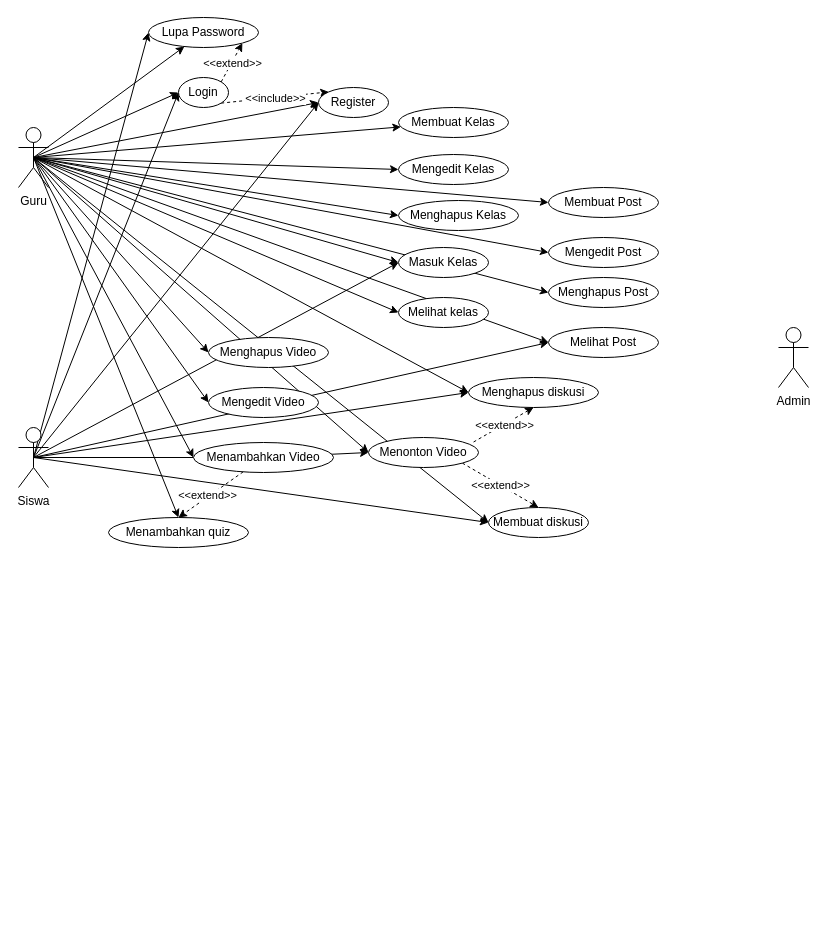
Before: page "Use Case Diagram" (1 of 5) of Use Case - Skripsi.drawio in wicahma/Database-Design, a draw.io diagram. Source tidied: cells renumbered, new cells numbered last; positions are measured from the earlier drawing's top-left corner, leaving out a move shared by most shapes. Both pictures are drawn from the tidied source at 100%, with x=0, y=0 at pixel (18, 17).
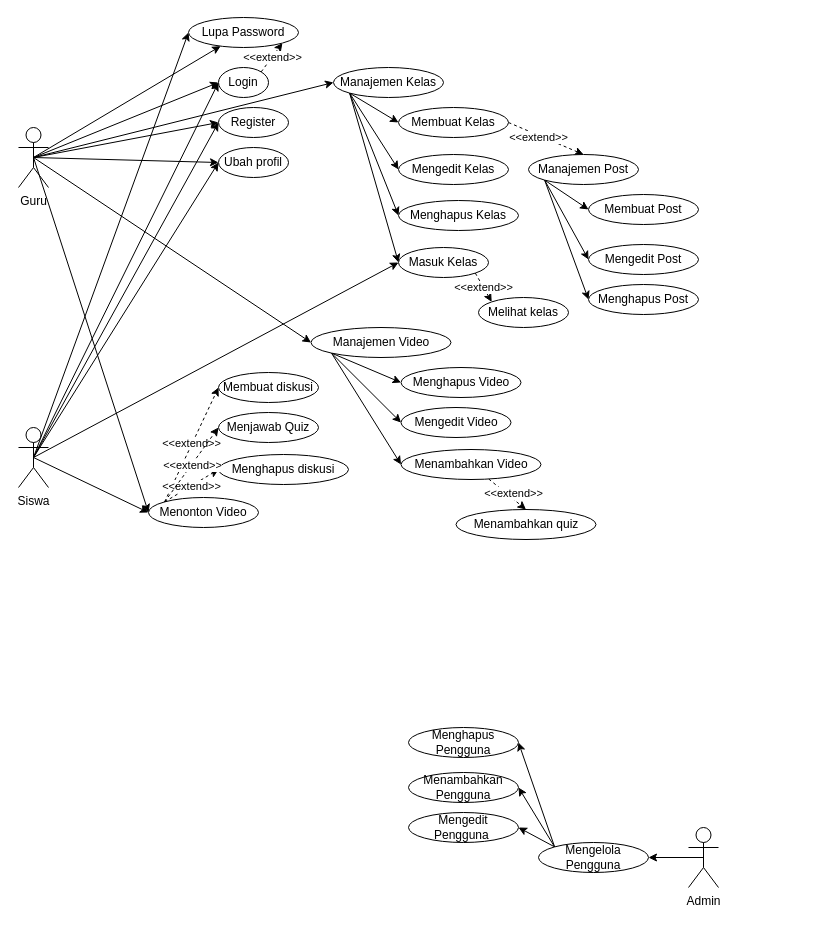
After the change.

Unchanged cells that the change refers to:
```xml
<mxCell id="31" value="Guru" style="shape=umlActor;verticalLabelPosition=bottom;verticalAlign=top;html=1;outlineConnect=0;" parent="1" vertex="1">
  <mxGeometry y="110" width="30" height="60" as="geometry" />
</mxCell>
<mxCell id="35" value="Siswa" style="shape=umlActor;verticalLabelPosition=bottom;verticalAlign=top;html=1;outlineConnect=0;" parent="1" vertex="1">
  <mxGeometry y="410" width="30" height="60" as="geometry" />
</mxCell>
<mxCell id="47" value="Membuat Kelas" style="ellipse;whiteSpace=wrap;html=1;fillColor=default;" parent="1" vertex="1">
  <mxGeometry x="380" y="90" width="110" height="30" as="geometry" />
</mxCell>
<mxCell id="48" value="Mengedit Kelas" style="ellipse;whiteSpace=wrap;html=1;fillColor=default;" parent="1" vertex="1">
  <mxGeometry x="380" y="137" width="110" height="30" as="geometry" />
</mxCell>
<mxCell id="49" value="Menghapus Kelas" style="ellipse;whiteSpace=wrap;html=1;fillColor=default;" parent="1" vertex="1">
  <mxGeometry x="380" y="183" width="120" height="30" as="geometry" />
</mxCell>
<mxCell id="50" value="Masuk Kelas" style="ellipse;whiteSpace=wrap;html=1;fillColor=default;" parent="1" vertex="1">
  <mxGeometry x="380" y="230" width="90" height="30" as="geometry" />
</mxCell>
```

What changed in the source:
```diff
@@
-    <mxCell id="5" style="rounded=0;jettySize=auto;html=1;exitX=0.5;exitY=0.5;exitDx=0;exitDy=0;exitPerimeter=0;entryX=0;entryY=0.5;entryDx=0;entryDy=0;" parent="1" edge="1" source="31" target="43">
+    <mxCell id="5" style="rounded=0;jettySize=auto;html=1;exitX=0;exitY=1;exitDx=0;exitDy=0;entryX=0;entryY=0.5;entryDx=0;entryDy=0;" parent="1" edge="1" source="74" target="43">
       <mxGeometry relative="1" as="geometry" />
     </mxCell>
-    <mxCell id="6" style="rounded=0;jettySize=auto;html=1;exitX=0.5;exitY=0.5;exitDx=0;exitDy=0;exitPerimeter=0;entryX=0;entryY=0.5;entryDx=0;entryDy=0;" parent="1" edge="1" source="31" target="42">
+    <mxCell id="6" style="rounded=0;jettySize=auto;html=1;exitX=0;exitY=1;exitDx=0;exitDy=0;entryX=0;entryY=0.5;entryDx=0;entryDy=0;" parent="1" edge="1" source="74" target="42">
       <mxGeometry relative="1" as="geometry" />
     </mxCell>
-    <mxCell id="7" style="rounded=0;jettySize=auto;html=1;exitX=0.5;exitY=0.5;exitDx=0;exitDy=0;exitPerimeter=0;entryX=0;entryY=0.5;entryDx=0;entryDy=0;" parent="1" edge="1" source="31" target="60">
+    <mxCell id="7" style="rounded=0;jettySize=auto;html=1;exitX=0;exitY=1;exitDx=0;exitDy=0;entryX=0;entryY=0.5;entryDx=0;entryDy=0;" parent="1" edge="1" source="74" target="60">
       <mxGeometry relative="1" as="geometry" />
     </mxCell>
@@
-    <mxCell id="9" style="rounded=0;jettySize=auto;html=1;exitX=0.5;exitY=0.5;exitDx=0;exitDy=0;exitPerimeter=0;" parent="1" edge="1" source="31" target="47">
+    <mxCell id="9" style="rounded=0;jettySize=auto;html=1;exitX=0;exitY=1;exitDx=0;exitDy=0;entryX=0;entryY=0.5;entryDx=0;entryDy=0;" parent="1" edge="1" source="77" target="47">
       <mxGeometry relative="1" as="geometry" />
     </mxCell>
-    <mxCell id="10" style="rounded=0;jettySize=auto;html=1;exitX=0.5;exitY=0.5;exitDx=0;exitDy=0;exitPerimeter=0;entryX=0;entryY=0.5;entryDx=0;entryDy=0;" parent="1" edge="1" source="31" target="48">
+    <mxCell id="10" style="rounded=0;jettySize=auto;html=1;exitX=0;exitY=1;exitDx=0;exitDy=0;entryX=0;entryY=0.5;entryDx=0;entryDy=0;" parent="1" edge="1" source="77" target="48">
       <mxGeometry relative="1" as="geometry" />
     </mxCell>
-    <mxCell id="11" style="rounded=0;jettySize=auto;html=1;exitX=0.5;exitY=0.5;exitDx=0;exitDy=0;exitPerimeter=0;entryX=0;entryY=0.5;entryDx=0;entryDy=0;" parent="1" edge="1" source="31" target="49">
+    <mxCell id="11" style="rounded=0;jettySize=auto;html=1;exitX=0;exitY=1;exitDx=0;exitDy=0;entryX=0;entryY=0.5;entryDx=0;entryDy=0;" parent="1" edge="1" source="77" target="49">
       <mxGeometry relative="1" as="geometry" />
     </mxCell>
-    <mxCell id="12" style="rounded=0;jettySize=auto;html=1;exitX=0.5;exitY=0.5;exitDx=0;exitDy=0;exitPerimeter=0;entryX=0;entryY=0.5;entryDx=0;entryDy=0;" parent="1" edge="1" source="31" target="50">
+    <mxCell id="12" style="rounded=0;jettySize=auto;html=1;exitX=0;exitY=1;exitDx=0;exitDy=0;entryX=0;entryY=0.5;entryDx=0;entryDy=0;" parent="1" edge="1" source="77" target="50">
       <mxGeometry relative="1" as="geometry" />
     </mxCell>
@@
-    <mxCell id="16" style="rounded=0;jettySize=auto;html=1;exitX=0.5;exitY=0.5;exitDx=0;exitDy=0;exitPerimeter=0;entryX=0;entryY=0.5;entryDx=0;entryDy=0;startArrow=none;" parent="1" edge="1" source="60" target="41">
-      <mxGeometry relative="1" as="geometry" />
-    </mxCell>
@@
-    <mxCell id="18" style="rounded=0;jettySize=auto;html=1;exitX=1;exitY=1;exitDx=0;exitDy=0;entryX=0;entryY=0;entryDx=0;entryDy=0;dashed=1;" parent="1" edge="1" source="22" target="37">
-      <mxGeometry relative="1" as="geometry" />
-    </mxCell>
-    <mxCell id="19" value="&amp;lt;&amp;lt;include&amp;gt;&amp;gt;" style="edgeLabel;html=1;align=center;verticalAlign=middle;" parent="18" vertex="1">
-      <mxGeometry relative="1" as="geometry" />
-    </mxCell>
@@
     <mxCell id="22" value="Login" style="ellipse;whiteSpace=wrap;html=1;" parent="1" vertex="1">
-      <mxGeometry x="160" y="60" width="50" height="30" as="geometry" />
+      <mxGeometry x="200" y="50" width="50" height="30" as="geometry" />
     </mxCell>
-    <mxCell id="23" style="edgeStyle=none;html=1;exitX=0.5;exitY=0.5;exitDx=0;exitDy=0;exitPerimeter=0;entryX=0;entryY=0.5;entryDx=0;entryDy=0;" parent="1" edge="1" source="31" target="52">
+    <mxCell id="23" style="edgeStyle=none;html=1;exitX=1;exitY=1;exitDx=0;exitDy=0;entryX=0;entryY=0;entryDx=0;entryDy=0;dashed=1;" parent="1" edge="1" source="50" target="52">
       <mxGeometry relative="1" as="geometry" />
     </mxCell>
+    <mxCell id="62" value="&amp;lt;&amp;lt;extend&amp;gt;&amp;gt;" style="edgeLabel;html=1;align=center;verticalAlign=middle;" parent="23" vertex="1">
+      <mxGeometry x="-0.06" y="1" relative="1" as="geometry">
+        <mxPoint x="-1" as="offset" />
+      </mxGeometry>
+    </mxCell>
-    <mxCell id="24" style="edgeStyle=none;html=1;exitX=0.5;exitY=0.5;exitDx=0;exitDy=0;exitPerimeter=0;entryX=0;entryY=0.5;entryDx=0;entryDy=0;" parent="1" edge="1" source="31" target="54">
+    <mxCell id="24" style="edgeStyle=none;html=1;exitX=0;exitY=1;exitDx=0;exitDy=0;entryX=0;entryY=0.5;entryDx=0;entryDy=0;" parent="1" edge="1" source="75" target="54">
       <mxGeometry relative="1" as="geometry" />
     </mxCell>
-    <mxCell id="25" style="edgeStyle=none;html=1;exitX=0.5;exitY=0.5;exitDx=0;exitDy=0;exitPerimeter=0;entryX=0;entryY=0.5;entryDx=0;entryDy=0;" parent="1" edge="1" source="31" target="55">
+    <mxCell id="25" style="edgeStyle=none;html=1;exitX=0;exitY=1;exitDx=0;exitDy=0;entryX=0;entryY=0.5;entryDx=0;entryDy=0;" parent="1" edge="1" source="75" target="55">
       <mxGeometry relative="1" as="geometry" />
     </mxCell>
-    <mxCell id="26" style="edgeStyle=none;html=1;exitX=0.5;exitY=0.5;exitDx=0;exitDy=0;exitPerimeter=0;entryX=0;entryY=0.5;entryDx=0;entryDy=0;" parent="1" edge="1" source="31" target="56">
-      <mxGeometry relative="1" as="geometry" />
-    </mxCell>
-    <mxCell id="27" style="edgeStyle=none;html=1;exitX=0.5;exitY=0.5;exitDx=0;exitDy=0;exitPerimeter=0;entryX=0;entryY=0.5;entryDx=0;entryDy=0;" parent="1" edge="1" source="31" target="46">
-      <mxGeometry relative="1" as="geometry" />
-    </mxCell>
-    <mxCell id="28" style="edgeStyle=none;html=1;exitX=0.5;exitY=0.5;exitDx=0;exitDy=0;exitPerimeter=0;entryX=0.5;entryY=0;entryDx=0;entryDy=0;" parent="1" edge="1" source="31" target="51">
-      <mxGeometry relative="1" as="geometry" />
-    </mxCell>
-    <mxCell id="29" style="edgeStyle=none;html=1;exitX=0.5;exitY=0.5;exitDx=0;exitDy=0;exitPerimeter=0;entryX=0;entryY=0.5;entryDx=0;entryDy=0;" parent="1" edge="1" source="31" target="53">
+    <mxCell id="29" style="edgeStyle=none;html=1;exitX=0;exitY=1;exitDx=0;exitDy=0;entryX=0;entryY=0.5;entryDx=0;entryDy=0;" parent="1" edge="1" source="75" target="53">
       <mxGeometry relative="1" as="geometry" />
     </mxCell>
-    <mxCell id="30" style="edgeStyle=none;html=1;exitX=0.5;exitY=0.5;exitDx=0;exitDy=0;exitPerimeter=0;entryX=0;entryY=0.5;entryDx=0;entryDy=0;" parent="1" edge="1" source="31" target="61">
-      <mxGeometry relative="1" as="geometry" />
-    </mxCell>
+    <mxCell id="63" style="rounded=0;jettySize=auto;html=1;exitX=0.5;exitY=0.5;exitDx=0;exitDy=0;exitPerimeter=0;entryX=0;entryY=0.5;entryDx=0;entryDy=0;" parent="1" edge="1" source="31" target="74">
+      <mxGeometry relative="1" as="geometry" />
+    </mxCell>
+    <mxCell id="64" style="rounded=0;jettySize=auto;html=1;exitX=0.5;exitY=0.5;exitDx=0;exitDy=0;exitPerimeter=0;entryX=0;entryY=0.5;entryDx=0;entryDy=0;" parent="1" edge="1" source="31" target="84">
+      <mxGeometry relative="1" as="geometry" />
+    </mxCell>
@@
-    <mxCell id="32" style="edgeStyle=none;html=1;exitX=0.5;exitY=0.5;exitDx=0;exitDy=0;exitPerimeter=0;entryX=0;entryY=0.5;entryDx=0;entryDy=0;" parent="1" edge="1" source="35" target="46">
-      <mxGeometry relative="1" as="geometry" />
-    </mxCell>
-    <mxCell id="33" style="edgeStyle=none;html=1;exitX=0.5;exitY=0.5;exitDx=0;exitDy=0;exitPerimeter=0;entryX=0;entryY=0.5;entryDx=0;entryDy=0;" parent="1" edge="1" source="35" target="56">
-      <mxGeometry relative="1" as="geometry" />
-    </mxCell>
-    <mxCell id="34" style="edgeStyle=none;html=1;exitX=0.5;exitY=0.5;exitDx=0;exitDy=0;exitPerimeter=0;entryX=0;entryY=0.5;entryDx=0;entryDy=0;" parent="1" edge="1" source="35" target="61">
-      <mxGeometry relative="1" as="geometry" />
-    </mxCell>
+    <mxCell id="65" style="rounded=0;jettySize=auto;html=1;exitX=0.5;exitY=0.5;exitDx=0;exitDy=0;exitPerimeter=0;entryX=0;entryY=0.5;entryDx=0;entryDy=0;" parent="1" edge="1" source="35" target="41">
+      <mxGeometry relative="1" as="geometry" />
+    </mxCell>
+    <mxCell id="66" style="rounded=0;jettySize=auto;html=1;exitX=0.5;exitY=0.5;exitDx=0;exitDy=0;exitPerimeter=0;entryX=0;entryY=0.5;entryDx=0;entryDy=0;" parent="1" edge="1" source="35" target="84">
+      <mxGeometry relative="1" as="geometry" />
+    </mxCell>
@@
+    <mxCell id="67" style="edgeStyle=orthogonalEdgeStyle;rounded=0;jettySize=auto;html=1;exitX=0.5;exitY=0.5;exitDx=0;exitDy=0;exitPerimeter=0;" parent="1" edge="1" source="36" target="73">
+      <mxGeometry relative="1" as="geometry" />
+    </mxCell>
     <mxCell id="36" value="Admin" style="shape=umlActor;verticalLabelPosition=bottom;verticalAlign=top;html=1;outlineConnect=0;" parent="1" vertex="1">
-      <mxGeometry x="760" y="310" width="30" height="60" as="geometry" />
+      <mxGeometry x="670" y="810" width="30" height="60" as="geometry" />
     </mxCell>
     <mxCell id="37" value="Register" style="ellipse;whiteSpace=wrap;html=1;" parent="1" vertex="1">
-      <mxGeometry x="300" y="70" width="70" height="30" as="geometry" />
+      <mxGeometry x="200" y="90" width="70" height="30" as="geometry" />
     </mxCell>
     <mxCell id="38" value="Lupa Password" style="ellipse;whiteSpace=wrap;html=1;" parent="1" vertex="1">
-      <mxGeometry x="130" width="110" height="30" as="geometry" />
+      <mxGeometry x="170" width="110" height="30" as="geometry" />
     </mxCell>
-    <mxCell id="39" style="rounded=0;jettySize=auto;html=1;exitX=1;exitY=1;exitDx=0;exitDy=0;entryX=0.5;entryY=0;entryDx=0;entryDy=0;dashed=1;" parent="1" edge="1" source="41" target="46">
+    <mxCell id="39" style="rounded=0;jettySize=auto;html=1;exitX=0;exitY=0;exitDx=0;exitDy=0;entryX=0;entryY=0.5;entryDx=0;entryDy=0;dashed=1;" parent="1" edge="1" source="41" target="46">
       <mxGeometry relative="1" as="geometry" />
     </mxCell>
     <mxCell id="40" value="&amp;lt;&amp;lt;extend&amp;gt;&amp;gt;" style="edgeLabel;align=center;verticalAlign=middle;html=1;labelPosition=center;verticalLabelPosition=middle;rotation=0;" parent="39" vertex="1">
-      <mxGeometry relative="1" as="geometry" />
+      <mxGeometry relative="1" as="geometry">
+        <mxPoint y="-2" as="offset" />
+      </mxGeometry>
     </mxCell>
     <mxCell id="41" value="Menonton Video" style="ellipse;whiteSpace=wrap;html=1;" parent="1" vertex="1">
-      <mxGeometry x="350" y="420" width="110" height="30" as="geometry" />
+      <mxGeometry x="130" y="480" width="110" height="30" as="geometry" />
     </mxCell>
     <mxCell id="42" value="Menghapus Video" style="ellipse;whiteSpace=wrap;html=1;" parent="1" vertex="1">
-      <mxGeometry x="190" y="320" width="120" height="30" as="geometry" />
+      <mxGeometry x="382.5" y="350" width="120" height="30" as="geometry" />
     </mxCell>
     <mxCell id="43" value="Mengedit Video" style="ellipse;whiteSpace=wrap;html=1;" parent="1" vertex="1">
-      <mxGeometry x="190" y="370" width="110" height="30" as="geometry" />
+      <mxGeometry x="382.5" y="390" width="110" height="30" as="geometry" />
     </mxCell>
@@
     <mxCell id="46" value="Membuat diskusi" style="ellipse;whiteSpace=wrap;html=1;" parent="1" vertex="1">
-      <mxGeometry x="470" y="490" width="100" height="30" as="geometry" />
+      <mxGeometry x="200" y="355" width="100" height="30" as="geometry" />
     </mxCell>
+    <mxCell id="68" style="rounded=0;jettySize=auto;html=1;exitX=1;exitY=0.5;exitDx=0;exitDy=0;entryX=0.5;entryY=0;entryDx=0;entryDy=0;dashed=1;" parent="1" edge="1" source="47" target="75">
+      <mxGeometry relative="1" as="geometry" />
+    </mxCell>
+    <mxCell id="69" value="&amp;lt;&amp;lt;extend&amp;gt;&amp;gt;" style="edgeLabel;html=1;align=center;verticalAlign=middle;" parent="68" vertex="1">
+      <mxGeometry x="0.18" y="-1" relative="1" as="geometry">
+        <mxPoint x="-14" y="-5" as="offset" />
+      </mxGeometry>
+    </mxCell>
@@
     <mxCell id="51" value="Menambahkan quiz" style="ellipse;whiteSpace=wrap;html=1;" parent="1" vertex="1">
-      <mxGeometry x="90" y="500" width="140" height="30" as="geometry" />
+      <mxGeometry x="437.5" y="492" width="140" height="30" as="geometry" />
     </mxCell>
     <mxCell id="52" value="Melihat kelas" style="ellipse;whiteSpace=wrap;html=1;fillColor=default;" parent="1" vertex="1">
-      <mxGeometry x="380" y="280" width="90" height="30" as="geometry" />
+      <mxGeometry x="460" y="280" width="90" height="30" as="geometry" />
     </mxCell>
     <mxCell id="53" value="Membuat Post" style="ellipse;whiteSpace=wrap;html=1;fillColor=default;" parent="1" vertex="1">
-      <mxGeometry x="530" y="170" width="110" height="30" as="geometry" />
+      <mxGeometry x="570" y="177" width="110" height="30" as="geometry" />
     </mxCell>
     <mxCell id="54" value="Mengedit Post" style="ellipse;whiteSpace=wrap;html=1;fillColor=default;" parent="1" vertex="1">
-      <mxGeometry x="530" y="220" width="110" height="30" as="geometry" />
+      <mxGeometry x="570" y="227" width="110" height="30" as="geometry" />
     </mxCell>
     <mxCell id="55" value="Menghapus Post" style="ellipse;whiteSpace=wrap;html=1;fillColor=default;" parent="1" vertex="1">
-      <mxGeometry x="530" y="260" width="110" height="30" as="geometry" />
+      <mxGeometry x="570" y="267" width="110" height="30" as="geometry" />
     </mxCell>
     <mxCell id="56" value="Menghapus diskusi" style="ellipse;whiteSpace=wrap;html=1;" parent="1" vertex="1">
-      <mxGeometry x="450" y="360" width="130" height="30" as="geometry" />
+      <mxGeometry x="200" y="437" width="130" height="30" as="geometry" />
     </mxCell>
-    <mxCell id="57" style="rounded=0;jettySize=auto;html=1;exitX=0.955;exitY=0.15;exitDx=0;exitDy=0;entryX=0.5;entryY=1;entryDx=0;entryDy=0;dashed=1;exitPerimeter=0;" parent="1" edge="1" source="41" target="56">
+    <mxCell id="57" style="rounded=0;jettySize=auto;html=1;exitX=0;exitY=0;exitDx=0;exitDy=0;entryX=0;entryY=0.5;entryDx=0;entryDy=0;dashed=1;" parent="1" edge="1" source="41" target="56">
       <mxGeometry relative="1" as="geometry" />
     </mxCell>
@@
-    <mxCell id="59" style="rounded=0;jettySize=auto;html=1;exitX=0.5;exitY=0.5;exitDx=0;exitDy=0;exitPerimeter=0;entryX=0;entryY=0.5;entryDx=0;entryDy=0;endArrow=none;" parent="1" edge="1" source="35" target="60">
-      <mxGeometry relative="1" as="geometry" />
-    </mxCell>
+    <mxCell id="70" style="rounded=0;jettySize=auto;html=1;exitX=0;exitY=0;exitDx=0;exitDy=0;entryX=1;entryY=0.5;entryDx=0;entryDy=0;" parent="1" edge="1" source="73" target="78">
+      <mxGeometry relative="1" as="geometry" />
+    </mxCell>
+    <mxCell id="71" style="rounded=0;jettySize=auto;html=1;exitX=0;exitY=0;exitDx=0;exitDy=0;entryX=1;entryY=0.5;entryDx=0;entryDy=0;" parent="1" edge="1" source="73" target="79">
+      <mxGeometry relative="1" as="geometry" />
+    </mxCell>
+    <mxCell id="72" style="rounded=0;jettySize=auto;html=1;exitX=0;exitY=0;exitDx=0;exitDy=0;entryX=1;entryY=0.5;entryDx=0;entryDy=0;" parent="1" edge="1" source="73" target="80">
+      <mxGeometry relative="1" as="geometry" />
+    </mxCell>
+    <mxCell id="73" value="Mengelola Pengguna" style="ellipse;whiteSpace=wrap;html=1;fillColor=default;" parent="1" vertex="1">
+      <mxGeometry x="520" y="825" width="110" height="30" as="geometry" />
+    </mxCell>
+    <mxCell id="74" value="Manajemen Video" style="ellipse;whiteSpace=wrap;html=1;" parent="1" vertex="1">
+      <mxGeometry x="292.5" y="310" width="140" height="30" as="geometry" />
+    </mxCell>
+    <mxCell id="75" value="Manajemen Post" style="ellipse;whiteSpace=wrap;html=1;fillColor=default;" parent="1" vertex="1">
+      <mxGeometry x="510" y="137" width="110" height="30" as="geometry" />
+    </mxCell>
+    <mxCell id="76" style="rounded=0;jettySize=auto;html=1;exitX=0.5;exitY=0.5;exitDx=0;exitDy=0;exitPerimeter=0;entryX=0;entryY=0.5;entryDx=0;entryDy=0;" parent="1" edge="1" source="31" target="77">
+      <mxGeometry relative="1" as="geometry" />
+    </mxCell>
+    <mxCell id="77" value="Manajemen Kelas" style="ellipse;whiteSpace=wrap;html=1;fillColor=default;" parent="1" vertex="1">
+      <mxGeometry x="315" y="50" width="110" height="30" as="geometry" />
+    </mxCell>
+    <mxCell id="78" value="Menambahkan Pengguna" style="ellipse;whiteSpace=wrap;html=1;fillColor=default;" parent="1" vertex="1">
+      <mxGeometry x="390" y="755" width="110" height="30" as="geometry" />
+    </mxCell>
+    <mxCell id="79" value="Menghapus&lt;div&gt;Pengguna&lt;/div&gt;" style="ellipse;whiteSpace=wrap;html=1;fillColor=default;" parent="1" vertex="1">
+      <mxGeometry x="390" y="710" width="110" height="30" as="geometry" />
+    </mxCell>
+    <mxCell id="80" value="Mengedit Pengguna&amp;nbsp;" style="ellipse;whiteSpace=wrap;html=1;fillColor=default;" parent="1" vertex="1">
+      <mxGeometry x="390" y="795" width="110" height="30" as="geometry" />
+    </mxCell>
     <mxCell id="60" value="Menambahkan Video" style="ellipse;whiteSpace=wrap;html=1;" parent="1" vertex="1">
-      <mxGeometry x="175" y="425" width="140" height="30" as="geometry" />
+      <mxGeometry x="382.5" y="432" width="140" height="30" as="geometry" />
     </mxCell>
-    <mxCell id="61" value="Melihat Post" style="ellipse;whiteSpace=wrap;html=1;fillColor=default;" parent="1" vertex="1">
-      <mxGeometry x="530" y="310" width="110" height="30" as="geometry" />
-    </mxCell>
+    <mxCell id="81" style="rounded=0;jettySize=auto;html=1;exitX=0;exitY=0;exitDx=0;exitDy=0;dashed=1;entryX=0;entryY=0.5;entryDx=0;entryDy=0;" parent="1" edge="1" source="41" target="83">
+      <mxGeometry relative="1" as="geometry" />
+    </mxCell>
+    <mxCell id="82" value="&amp;lt;&amp;lt;extend&amp;gt;&amp;gt;" style="edgeLabel;align=center;verticalAlign=middle;html=1;labelPosition=center;verticalLabelPosition=middle;rotation=0;" parent="81" vertex="1">
+      <mxGeometry relative="1" as="geometry" />
+    </mxCell>
+    <mxCell id="83" value="Menjawab Quiz" style="ellipse;whiteSpace=wrap;html=1;" parent="1" vertex="1">
+      <mxGeometry x="200" y="395" width="100" height="30" as="geometry" />
+    </mxCell>
+    <mxCell id="84" value="Ubah profil" style="ellipse;whiteSpace=wrap;html=1;" parent="1" vertex="1">
+      <mxGeometry x="200" y="130" width="70" height="30" as="geometry" />
+    </mxCell>
```
